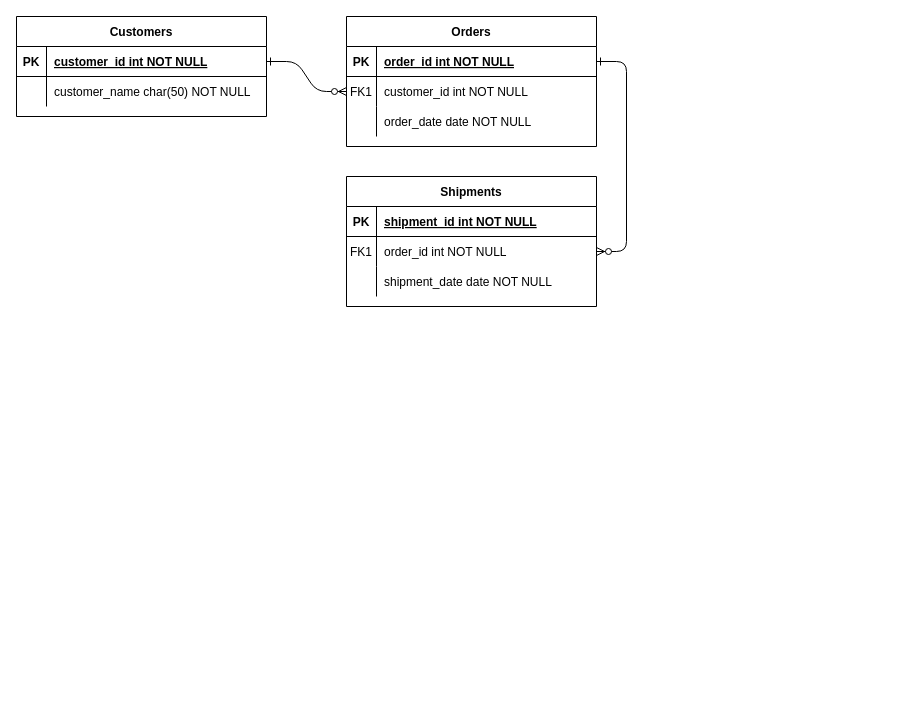
Before: diagram/shema diagram.drawio in lui91/Azure-ETL-pipeline, a draw.io diagram. Source tidied: cells renumbered, new cells numbered last; positions are measured from the earlier drawing's top-left corner, leaving out a move shared by most shapes. Both pictures are drawn from the tidied source at 100%, with x=0, y=0 at pixel (16, 16).
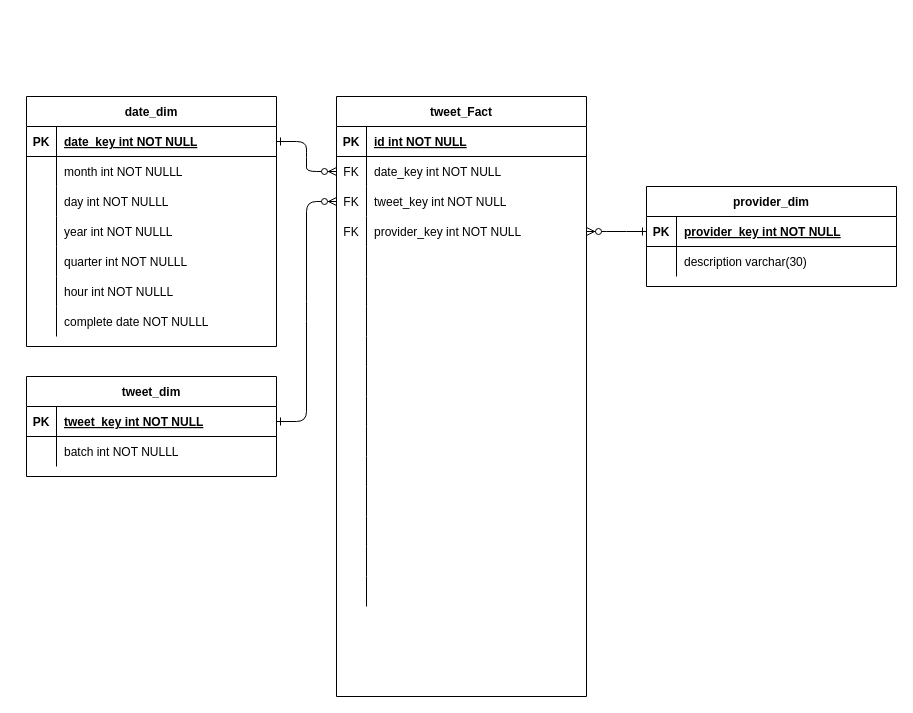
The same diagram, later.

The change refers to these unchanged cells:
```xml
<mxCell id="5" style="shape=partialRectangle;fillColor=none;points=[[0,0.5],[1,0.5]];portConstraint=eastwest;top=0;left=0;right=0;bottom=1;" parent="4" vertex="1">
  <mxGeometry y="30" width="250" height="30" as="geometry" />
</mxCell>
<mxCell id="8" style="shape=partialRectangle;fillColor=none;points=[[0,0.5],[1,0.5]];portConstraint=eastwest;top=0;left=0;right=0;bottom=0;" parent="4" vertex="1">
  <mxGeometry y="60" width="250" height="30" as="geometry" />
</mxCell>
<mxCell id="11" style="shape=partialRectangle;fillColor=none;points=[[0,0.5],[1,0.5]];portConstraint=eastwest;top=0;left=0;right=0;bottom=0;" parent="4" vertex="1">
  <mxGeometry y="90" width="250" height="30" as="geometry" />
</mxCell>
<mxCell id="25" style="shape=partialRectangle;fillColor=none;points=[[0,0.5],[1,0.5]];portConstraint=eastwest;top=0;left=0;right=0;bottom=1;" parent="24" vertex="1">
  <mxGeometry y="30" width="250" height="30" as="geometry" />
</mxCell>
<mxCell id="28" style="shape=partialRectangle;fillColor=none;top=0;left=0;right=0;bottom=0;" parent="24" vertex="1">
  <mxGeometry y="60" width="250" height="30" as="geometry" />
</mxCell>
```

The edit, as a diff of the source:
```diff
@@
-    <mxCell id="3" style="edgeStyle=entityRelationEdgeStyle;endArrow=ERzeroToMany;startArrow=ERone;endFill=1;startFill=0;" parent="1" edge="1" source="5" target="18">
-      <mxGeometry relative="1" as="geometry" />
-    </mxCell>
-    <mxCell id="4" value="Orders" style="shape=table;startSize=30;childLayout=tableLayout;rowLines=0;fontStyle=1;align=center;" parent="1" vertex="1">
-      <mxGeometry x="330" width="250" height="130" as="geometry" />
+    <mxCell id="4" value="tweet_Fact" style="shape=table;startSize=30;childLayout=tableLayout;rowLines=0;fontStyle=1;align=center;" parent="1" vertex="1">
+      <mxGeometry x="320" y="80" width="250" height="600" as="geometry" />
     </mxCell>
@@
-    <mxCell id="7" value="order_id int NOT NULL " style="shape=partialRectangle;overflow=hidden;fillColor=none;top=0;left=0;bottom=0;right=0;align=left;spacingLeft=6;fontStyle=5;" parent="5" vertex="1">
+    <mxCell id="7" value="id int NOT NULL " style="shape=partialRectangle;overflow=hidden;fillColor=none;top=0;left=0;bottom=0;right=0;align=left;spacingLeft=6;fontStyle=5;" parent="5" vertex="1">
       <mxGeometry x="30" width="220" height="30" as="geometry" />
     </mxCell>
@@
-    <mxCell id="9" value="FK1" style="shape=partialRectangle;overflow=hidden;fillColor=none;top=0;left=0;bottom=0;right=0;" parent="8" vertex="1">
+    <mxCell id="9" value="FK" style="shape=partialRectangle;overflow=hidden;fillColor=none;top=0;left=0;bottom=0;right=0;" parent="8" vertex="1">
       <mxGeometry width="30" height="30" as="geometry" />
     </mxCell>
-    <mxCell id="10" value="customer_id int NOT NULL" style="shape=partialRectangle;overflow=hidden;fillColor=none;top=0;left=0;bottom=0;right=0;align=left;spacingLeft=6;" parent="8" vertex="1">
+    <mxCell id="10" value="date_key int NOT NULL" style="shape=partialRectangle;overflow=hidden;fillColor=none;top=0;left=0;bottom=0;right=0;align=left;spacingLeft=6;" parent="8" vertex="1">
       <mxGeometry x="30" width="220" height="30" as="geometry" />
     </mxCell>
@@
-    <mxCell id="12" style="shape=partialRectangle;overflow=hidden;fillColor=none;top=0;left=0;bottom=0;right=0;" parent="11" vertex="1">
+    <mxCell id="12" value="FK" style="shape=partialRectangle;overflow=hidden;fillColor=none;top=0;left=0;bottom=0;right=0;" parent="11" vertex="1">
       <mxGeometry width="30" height="30" as="geometry" />
     </mxCell>
-    <mxCell id="13" value="order_date date NOT NULL" style="shape=partialRectangle;overflow=hidden;fillColor=none;top=0;left=0;bottom=0;right=0;align=left;spacingLeft=6;" parent="11" vertex="1">
+    <mxCell id="13" value="tweet_key int NOT NULL" style="shape=partialRectangle;overflow=hidden;fillColor=none;top=0;left=0;bottom=0;right=0;align=left;spacingLeft=6;" parent="11" vertex="1">
       <mxGeometry x="30" width="220" height="30" as="geometry" />
     </mxCell>
-    <mxCell id="14" value="Shipments" style="shape=table;startSize=30;childLayout=tableLayout;rowLines=0;fontStyle=1;align=center;" parent="1" vertex="1">
-      <mxGeometry x="330" y="160" width="250" height="130" as="geometry" />
-    </mxCell>
-    <mxCell id="15" style="shape=partialRectangle;fillColor=none;top=0;left=0;right=0;bottom=1;" parent="14" vertex="1">
-      <mxGeometry y="30" width="250" height="30" as="geometry" />
-    </mxCell>
-    <mxCell id="16" value="PK" style="shape=partialRectangle;overflow=hidden;fillColor=none;top=0;left=0;bottom=0;right=0;fontStyle=1;" parent="15" vertex="1">
-      <mxGeometry width="30" height="30" as="geometry" />
-    </mxCell>
-    <mxCell id="17" value="shipment_id int NOT NULL " style="shape=partialRectangle;overflow=hidden;fillColor=none;top=0;left=0;bottom=0;right=0;align=left;spacingLeft=6;fontStyle=5;" parent="15" vertex="1">
-      <mxGeometry x="30" width="220" height="30" as="geometry" />
-    </mxCell>
-    <mxCell id="18" style="shape=partialRectangle;fillColor=none;points=[[0,0.5],[1,0.5]];portConstraint=eastwest;top=0;left=0;right=0;bottom=0;" parent="14" vertex="1">
-      <mxGeometry y="60" width="250" height="30" as="geometry" />
-    </mxCell>
-    <mxCell id="19" value="FK1" style="shape=partialRectangle;overflow=hidden;fillColor=none;top=0;left=0;bottom=0;right=0;" parent="18" vertex="1">
-      <mxGeometry width="30" height="30" as="geometry" />
-    </mxCell>
-    <mxCell id="20" value="order_id int NOT NULL" style="shape=partialRectangle;overflow=hidden;fillColor=none;top=0;left=0;bottom=0;right=0;align=left;spacingLeft=6;" parent="18" vertex="1">
-      <mxGeometry x="30" width="220" height="30" as="geometry" />
-    </mxCell>
-    <mxCell id="21" style="shape=partialRectangle;fillColor=none;top=0;left=0;right=0;bottom=0;" parent="14" vertex="1">
-      <mxGeometry y="90" width="250" height="30" as="geometry" />
-    </mxCell>
-    <mxCell id="22" style="shape=partialRectangle;overflow=hidden;fillColor=none;top=0;left=0;bottom=0;right=0;" parent="21" vertex="1">
-      <mxGeometry width="30" height="30" as="geometry" />
-    </mxCell>
-    <mxCell id="23" value="shipment_date date NOT NULL" style="shape=partialRectangle;overflow=hidden;fillColor=none;top=0;left=0;bottom=0;right=0;align=left;spacingLeft=6;" parent="21" vertex="1">
-      <mxGeometry x="30" width="220" height="30" as="geometry" />
-    </mxCell>
+    <mxCell id="31" style="shape=partialRectangle;fillColor=none;points=[[0,0.5],[1,0.5]];portConstraint=eastwest;top=0;left=0;right=0;bottom=0;" parent="4" vertex="1">
+      <mxGeometry y="120" width="250" height="30" as="geometry" />
+    </mxCell>
+    <mxCell id="32" value="FK" style="shape=partialRectangle;overflow=hidden;fillColor=none;top=0;left=0;bottom=0;right=0;" parent="31" vertex="1">
+      <mxGeometry width="30" height="30" as="geometry" />
+    </mxCell>
+    <mxCell id="33" value="provider_key int NOT NULL" style="shape=partialRectangle;overflow=hidden;fillColor=none;top=0;left=0;bottom=0;right=0;align=left;spacingLeft=6;" parent="31" vertex="1">
+      <mxGeometry x="30" width="220" height="30" as="geometry" />
+    </mxCell>
+    <mxCell id="34" style="shape=partialRectangle;fillColor=none;top=0;left=0;right=0;bottom=0;" parent="4" vertex="1">
+      <mxGeometry y="150" width="250" height="30" as="geometry" />
+    </mxCell>
+    <mxCell id="35" style="shape=partialRectangle;overflow=hidden;fillColor=none;top=0;left=0;bottom=0;right=0;" parent="34" vertex="1">
+      <mxGeometry width="30" height="30" as="geometry" />
+    </mxCell>
+    <mxCell id="36" style="shape=partialRectangle;overflow=hidden;fillColor=none;top=0;left=0;bottom=0;right=0;align=left;spacingLeft=6;" parent="34" vertex="1">
+      <mxGeometry x="30" width="220" height="30" as="geometry" />
+    </mxCell>
+    <mxCell id="37" style="shape=partialRectangle;fillColor=none;top=0;left=0;right=0;bottom=0;" parent="4" vertex="1">
+      <mxGeometry y="180" width="250" height="30" as="geometry" />
+    </mxCell>
+    <mxCell id="38" style="shape=partialRectangle;overflow=hidden;fillColor=none;top=0;left=0;bottom=0;right=0;" parent="37" vertex="1">
+      <mxGeometry width="30" height="30" as="geometry" />
+    </mxCell>
+    <mxCell id="39" style="shape=partialRectangle;overflow=hidden;fillColor=none;top=0;left=0;bottom=0;right=0;align=left;spacingLeft=6;" parent="37" vertex="1">
+      <mxGeometry x="30" width="220" height="30" as="geometry" />
+    </mxCell>
+    <mxCell id="40" style="shape=partialRectangle;fillColor=none;top=0;left=0;right=0;bottom=0;" parent="4" vertex="1">
+      <mxGeometry y="210" width="250" height="30" as="geometry" />
+    </mxCell>
+    <mxCell id="41" style="shape=partialRectangle;overflow=hidden;fillColor=none;top=0;left=0;bottom=0;right=0;" parent="40" vertex="1">
+      <mxGeometry width="30" height="30" as="geometry" />
+    </mxCell>
+    <mxCell id="42" style="shape=partialRectangle;overflow=hidden;fillColor=none;top=0;left=0;bottom=0;right=0;align=left;spacingLeft=6;" parent="40" vertex="1">
+      <mxGeometry x="30" width="220" height="30" as="geometry" />
+    </mxCell>
+    <mxCell id="43" style="shape=partialRectangle;fillColor=none;top=0;left=0;right=0;bottom=0;" parent="4" vertex="1">
+      <mxGeometry y="240" width="250" height="30" as="geometry" />
+    </mxCell>
+    <mxCell id="44" style="shape=partialRectangle;overflow=hidden;fillColor=none;top=0;left=0;bottom=0;right=0;" parent="43" vertex="1">
+      <mxGeometry width="30" height="30" as="geometry" />
+    </mxCell>
+    <mxCell id="45" style="shape=partialRectangle;overflow=hidden;fillColor=none;top=0;left=0;bottom=0;right=0;align=left;spacingLeft=6;" parent="43" vertex="1">
+      <mxGeometry x="30" width="220" height="30" as="geometry" />
+    </mxCell>
+    <mxCell id="46" style="shape=partialRectangle;fillColor=none;top=0;left=0;right=0;bottom=0;" parent="4" vertex="1">
+      <mxGeometry y="270" width="250" height="30" as="geometry" />
+    </mxCell>
+    <mxCell id="47" style="shape=partialRectangle;overflow=hidden;fillColor=none;top=0;left=0;bottom=0;right=0;" parent="46" vertex="1">
+      <mxGeometry width="30" height="30" as="geometry" />
+    </mxCell>
+    <mxCell id="48" style="shape=partialRectangle;overflow=hidden;fillColor=none;top=0;left=0;bottom=0;right=0;align=left;spacingLeft=6;" parent="46" vertex="1">
+      <mxGeometry x="30" width="220" height="30" as="geometry" />
+    </mxCell>
+    <mxCell id="49" style="shape=partialRectangle;fillColor=none;top=0;left=0;right=0;bottom=0;" parent="4" vertex="1">
+      <mxGeometry y="300" width="250" height="30" as="geometry" />
+    </mxCell>
+    <mxCell id="50" style="shape=partialRectangle;overflow=hidden;fillColor=none;top=0;left=0;bottom=0;right=0;" parent="49" vertex="1">
+      <mxGeometry width="30" height="30" as="geometry" />
+    </mxCell>
+    <mxCell id="51" style="shape=partialRectangle;overflow=hidden;fillColor=none;top=0;left=0;bottom=0;right=0;align=left;spacingLeft=6;" parent="49" vertex="1">
+      <mxGeometry x="30" width="220" height="30" as="geometry" />
+    </mxCell>
+    <mxCell id="52" style="shape=partialRectangle;fillColor=none;top=0;left=0;right=0;bottom=0;" parent="4" vertex="1">
+      <mxGeometry y="330" width="250" height="30" as="geometry" />
+    </mxCell>
+    <mxCell id="53" style="shape=partialRectangle;overflow=hidden;fillColor=none;top=0;left=0;bottom=0;right=0;" parent="52" vertex="1">
+      <mxGeometry width="30" height="30" as="geometry" />
+    </mxCell>
+    <mxCell id="54" style="shape=partialRectangle;overflow=hidden;fillColor=none;top=0;left=0;bottom=0;right=0;align=left;spacingLeft=6;" parent="52" vertex="1">
+      <mxGeometry x="30" width="220" height="30" as="geometry" />
+    </mxCell>
+    <mxCell id="55" style="shape=partialRectangle;fillColor=none;top=0;left=0;right=0;bottom=0;" parent="4" vertex="1">
+      <mxGeometry y="360" width="250" height="30" as="geometry" />
+    </mxCell>
+    <mxCell id="56" style="shape=partialRectangle;overflow=hidden;fillColor=none;top=0;left=0;bottom=0;right=0;" parent="55" vertex="1">
+      <mxGeometry width="30" height="30" as="geometry" />
+    </mxCell>
+    <mxCell id="57" style="shape=partialRectangle;overflow=hidden;fillColor=none;top=0;left=0;bottom=0;right=0;align=left;spacingLeft=6;" parent="55" vertex="1">
+      <mxGeometry x="30" width="220" height="30" as="geometry" />
+    </mxCell>
+    <mxCell id="58" style="shape=partialRectangle;fillColor=none;top=0;left=0;right=0;bottom=0;" parent="4" vertex="1">
+      <mxGeometry y="390" width="250" height="30" as="geometry" />
+    </mxCell>
+    <mxCell id="59" style="shape=partialRectangle;overflow=hidden;fillColor=none;top=0;left=0;bottom=0;right=0;" parent="58" vertex="1">
+      <mxGeometry width="30" height="30" as="geometry" />
+    </mxCell>
+    <mxCell id="60" style="shape=partialRectangle;overflow=hidden;fillColor=none;top=0;left=0;bottom=0;right=0;align=left;spacingLeft=6;" parent="58" vertex="1">
+      <mxGeometry x="30" width="220" height="30" as="geometry" />
+    </mxCell>
+    <mxCell id="61" style="shape=partialRectangle;fillColor=none;top=0;left=0;right=0;bottom=0;" parent="4" vertex="1">
+      <mxGeometry y="420" width="250" height="30" as="geometry" />
+    </mxCell>
+    <mxCell id="62" style="shape=partialRectangle;overflow=hidden;fillColor=none;top=0;left=0;bottom=0;right=0;" parent="61" vertex="1">
+      <mxGeometry width="30" height="30" as="geometry" />
+    </mxCell>
+    <mxCell id="63" style="shape=partialRectangle;overflow=hidden;fillColor=none;top=0;left=0;bottom=0;right=0;align=left;spacingLeft=6;" parent="61" vertex="1">
+      <mxGeometry x="30" width="220" height="30" as="geometry" />
+    </mxCell>
+    <mxCell id="64" style="shape=partialRectangle;fillColor=none;top=0;left=0;right=0;bottom=0;" parent="4" vertex="1">
+      <mxGeometry y="450" width="250" height="30" as="geometry" />
+    </mxCell>
+    <mxCell id="65" style="shape=partialRectangle;overflow=hidden;fillColor=none;top=0;left=0;bottom=0;right=0;" parent="64" vertex="1">
+      <mxGeometry width="30" height="30" as="geometry" />
+    </mxCell>
+    <mxCell id="66" style="shape=partialRectangle;overflow=hidden;fillColor=none;top=0;left=0;bottom=0;right=0;align=left;spacingLeft=6;" parent="64" vertex="1">
+      <mxGeometry x="30" width="220" height="30" as="geometry" />
+    </mxCell>
+    <mxCell id="67" style="shape=partialRectangle;fillColor=none;top=0;left=0;right=0;bottom=0;" parent="4" vertex="1">
+      <mxGeometry y="480" width="250" height="30" as="geometry" />
+    </mxCell>
+    <mxCell id="68" style="shape=partialRectangle;overflow=hidden;fillColor=none;top=0;left=0;bottom=0;right=0;" parent="67" vertex="1">
+      <mxGeometry width="30" height="30" as="geometry" />
+    </mxCell>
+    <mxCell id="69" style="shape=partialRectangle;overflow=hidden;fillColor=none;top=0;left=0;bottom=0;right=0;align=left;spacingLeft=6;" parent="67" vertex="1">
+      <mxGeometry x="30" width="220" height="30" as="geometry" />
+    </mxCell>
-    <mxCell id="24" value="Customers" style="shape=table;startSize=30;childLayout=tableLayout;rowLines=0;fontStyle=1;align=center;" parent="1" vertex="1">
-      <mxGeometry width="250" height="100" as="geometry" />
+    <mxCell id="24" value="date_dim" style="shape=table;startSize=30;childLayout=tableLayout;rowLines=0;fontStyle=1;align=center;" parent="1" vertex="1">
+      <mxGeometry x="10" y="80" width="250" height="250" as="geometry" />
     </mxCell>
@@
-    <mxCell id="27" value="customer_id int NOT NULL " style="shape=partialRectangle;overflow=hidden;fillColor=none;top=0;left=0;bottom=0;right=0;align=left;spacingLeft=6;fontStyle=5;" parent="25" vertex="1">
+    <mxCell id="27" value="date_key int NOT NULL " style="shape=partialRectangle;overflow=hidden;fillColor=none;top=0;left=0;bottom=0;right=0;align=left;spacingLeft=6;fontStyle=5;" parent="25" vertex="1">
       <mxGeometry x="30" width="220" height="30" as="geometry" />
     </mxCell>
@@
-    <mxCell id="30" value="customer_name char(50) NOT NULL" style="shape=partialRectangle;overflow=hidden;fillColor=none;top=0;left=0;bottom=0;right=0;align=left;spacingLeft=6;" parent="28" vertex="1">
+    <mxCell id="30" value="month int NOT NULLL" style="shape=partialRectangle;overflow=hidden;fillColor=none;top=0;left=0;bottom=0;right=0;align=left;spacingLeft=6;" parent="28" vertex="1">
       <mxGeometry x="30" width="220" height="30" as="geometry" />
     </mxCell>
+    <mxCell id="21" style="shape=partialRectangle;fillColor=none;top=0;left=0;right=0;bottom=0;" parent="24" vertex="1">
+      <mxGeometry y="90" width="250" height="30" as="geometry" />
+    </mxCell>
+    <mxCell id="70" style="shape=partialRectangle;overflow=hidden;fillColor=none;top=0;left=0;bottom=0;right=0;" parent="21" vertex="1">
+      <mxGeometry width="30" height="30" as="geometry" />
+    </mxCell>
+    <mxCell id="71" value="day int NOT NULLL" style="shape=partialRectangle;overflow=hidden;fillColor=none;top=0;left=0;bottom=0;right=0;align=left;spacingLeft=6;" parent="21" vertex="1">
+      <mxGeometry x="30" width="220" height="30" as="geometry" />
+    </mxCell>
+    <mxCell id="72" style="shape=partialRectangle;fillColor=none;top=0;left=0;right=0;bottom=0;" parent="24" vertex="1">
+      <mxGeometry y="120" width="250" height="30" as="geometry" />
+    </mxCell>
+    <mxCell id="73" style="shape=partialRectangle;overflow=hidden;fillColor=none;top=0;left=0;bottom=0;right=0;" parent="72" vertex="1">
+      <mxGeometry width="30" height="30" as="geometry" />
+    </mxCell>
+    <mxCell id="74" value="year int NOT NULLL" style="shape=partialRectangle;overflow=hidden;fillColor=none;top=0;left=0;bottom=0;right=0;align=left;spacingLeft=6;" parent="72" vertex="1">
+      <mxGeometry x="30" width="220" height="30" as="geometry" />
+    </mxCell>
+    <mxCell id="75" style="shape=partialRectangle;fillColor=none;top=0;left=0;right=0;bottom=0;" parent="24" vertex="1">
+      <mxGeometry y="150" width="250" height="30" as="geometry" />
+    </mxCell>
+    <mxCell id="76" style="shape=partialRectangle;overflow=hidden;fillColor=none;top=0;left=0;bottom=0;right=0;" parent="75" vertex="1">
+      <mxGeometry width="30" height="30" as="geometry" />
+    </mxCell>
+    <mxCell id="77" value="quarter int NOT NULLL" style="shape=partialRectangle;overflow=hidden;fillColor=none;top=0;left=0;bottom=0;right=0;align=left;spacingLeft=6;" parent="75" vertex="1">
+      <mxGeometry x="30" width="220" height="30" as="geometry" />
+    </mxCell>
+    <mxCell id="78" style="shape=partialRectangle;fillColor=none;top=0;left=0;right=0;bottom=0;" parent="24" vertex="1">
+      <mxGeometry y="180" width="250" height="30" as="geometry" />
+    </mxCell>
+    <mxCell id="79" style="shape=partialRectangle;overflow=hidden;fillColor=none;top=0;left=0;bottom=0;right=0;" parent="78" vertex="1">
+      <mxGeometry width="30" height="30" as="geometry" />
+    </mxCell>
+    <mxCell id="80" value="hour int NOT NULLL" style="shape=partialRectangle;overflow=hidden;fillColor=none;top=0;left=0;bottom=0;right=0;align=left;spacingLeft=6;" parent="78" vertex="1">
+      <mxGeometry x="30" width="220" height="30" as="geometry" />
+    </mxCell>
+    <mxCell id="81" style="shape=partialRectangle;fillColor=none;top=0;left=0;right=0;bottom=0;" parent="24" vertex="1">
+      <mxGeometry y="210" width="250" height="30" as="geometry" />
+    </mxCell>
+    <mxCell id="82" style="shape=partialRectangle;overflow=hidden;fillColor=none;top=0;left=0;bottom=0;right=0;" parent="81" vertex="1">
+      <mxGeometry width="30" height="30" as="geometry" />
+    </mxCell>
+    <mxCell id="83" value="complete date NOT NULLL" style="shape=partialRectangle;overflow=hidden;fillColor=none;top=0;left=0;bottom=0;right=0;align=left;spacingLeft=6;" parent="81" vertex="1">
+      <mxGeometry x="30" width="220" height="30" as="geometry" />
+    </mxCell>
+    <mxCell id="84" value="tweet_dim" style="shape=table;startSize=30;childLayout=tableLayout;rowLines=0;fontStyle=1;align=center;" parent="1" vertex="1">
+      <mxGeometry x="10" y="360" width="250" height="100" as="geometry" />
+    </mxCell>
+    <mxCell id="85" style="shape=partialRectangle;fillColor=none;points=[[0,0.5],[1,0.5]];portConstraint=eastwest;top=0;left=0;right=0;bottom=1;" parent="84" vertex="1">
+      <mxGeometry y="30" width="250" height="30" as="geometry" />
+    </mxCell>
+    <mxCell id="86" value="PK" style="shape=partialRectangle;overflow=hidden;fillColor=none;top=0;left=0;bottom=0;right=0;fontStyle=1;" parent="85" vertex="1">
+      <mxGeometry width="30" height="30" as="geometry" />
+    </mxCell>
+    <mxCell id="87" value="tweet_key int NOT NULL " style="shape=partialRectangle;overflow=hidden;fillColor=none;top=0;left=0;bottom=0;right=0;align=left;spacingLeft=6;fontStyle=5;" parent="85" vertex="1">
+      <mxGeometry x="30" width="220" height="30" as="geometry" />
+    </mxCell>
+    <mxCell id="88" style="shape=partialRectangle;fillColor=none;top=0;left=0;right=0;bottom=0;" parent="84" vertex="1">
+      <mxGeometry y="60" width="250" height="30" as="geometry" />
+    </mxCell>
+    <mxCell id="89" style="shape=partialRectangle;overflow=hidden;fillColor=none;top=0;left=0;bottom=0;right=0;" parent="88" vertex="1">
+      <mxGeometry width="30" height="30" as="geometry" />
+    </mxCell>
+    <mxCell id="90" value="batch int NOT NULLL" style="shape=partialRectangle;overflow=hidden;fillColor=none;top=0;left=0;bottom=0;right=0;align=left;spacingLeft=6;" parent="88" vertex="1">
+      <mxGeometry x="30" width="220" height="30" as="geometry" />
+    </mxCell>
+    <mxCell id="91" value="provider_dim" style="shape=table;startSize=30;childLayout=tableLayout;rowLines=0;fontStyle=1;align=center;" parent="1" vertex="1">
+      <mxGeometry x="630" y="170" width="250" height="100" as="geometry" />
+    </mxCell>
+    <mxCell id="92" style="shape=partialRectangle;fillColor=none;points=[[0,0.5],[1,0.5]];portConstraint=eastwest;top=0;left=0;right=0;bottom=1;" parent="91" vertex="1">
+      <mxGeometry y="30" width="250" height="30" as="geometry" />
+    </mxCell>
+    <mxCell id="93" value="PK" style="shape=partialRectangle;overflow=hidden;fillColor=none;top=0;left=0;bottom=0;right=0;fontStyle=1;" parent="92" vertex="1">
+      <mxGeometry width="30" height="30" as="geometry" />
+    </mxCell>
+    <mxCell id="94" value="provider_key int NOT NULL " style="shape=partialRectangle;overflow=hidden;fillColor=none;top=0;left=0;bottom=0;right=0;align=left;spacingLeft=6;fontStyle=5;" parent="92" vertex="1">
+      <mxGeometry x="30" width="220" height="30" as="geometry" />
+    </mxCell>
+    <mxCell id="95" style="shape=partialRectangle;fillColor=none;top=0;left=0;right=0;bottom=0;" parent="91" vertex="1">
+      <mxGeometry y="60" width="250" height="30" as="geometry" />
+    </mxCell>
+    <mxCell id="96" style="shape=partialRectangle;overflow=hidden;fillColor=none;top=0;left=0;bottom=0;right=0;" parent="95" vertex="1">
+      <mxGeometry width="30" height="30" as="geometry" />
+    </mxCell>
+    <mxCell id="97" value="description varchar(30)" style="shape=partialRectangle;overflow=hidden;fillColor=none;top=0;left=0;bottom=0;right=0;align=left;spacingLeft=6;" parent="95" vertex="1">
+      <mxGeometry x="30" width="220" height="30" as="geometry" />
+    </mxCell>
+    <mxCell id="98" style="edgeStyle=entityRelationEdgeStyle;endArrow=ERzeroToMany;startArrow=ERone;endFill=1;startFill=0;exitX=1;exitY=0.5;exitDx=0;exitDy=0;" parent="1" edge="1" source="85" target="11">
+      <mxGeometry relative="1" as="geometry" />
+    </mxCell>
+    <mxCell id="99" style="edgeStyle=entityRelationEdgeStyle;endArrow=ERzeroToMany;startArrow=ERone;endFill=1;startFill=0;entryX=1;entryY=0.5;entryDx=0;entryDy=0;" parent="1" edge="1" source="92" target="31">
+      <mxGeometry relative="1" as="geometry" />
+    </mxCell>
```
